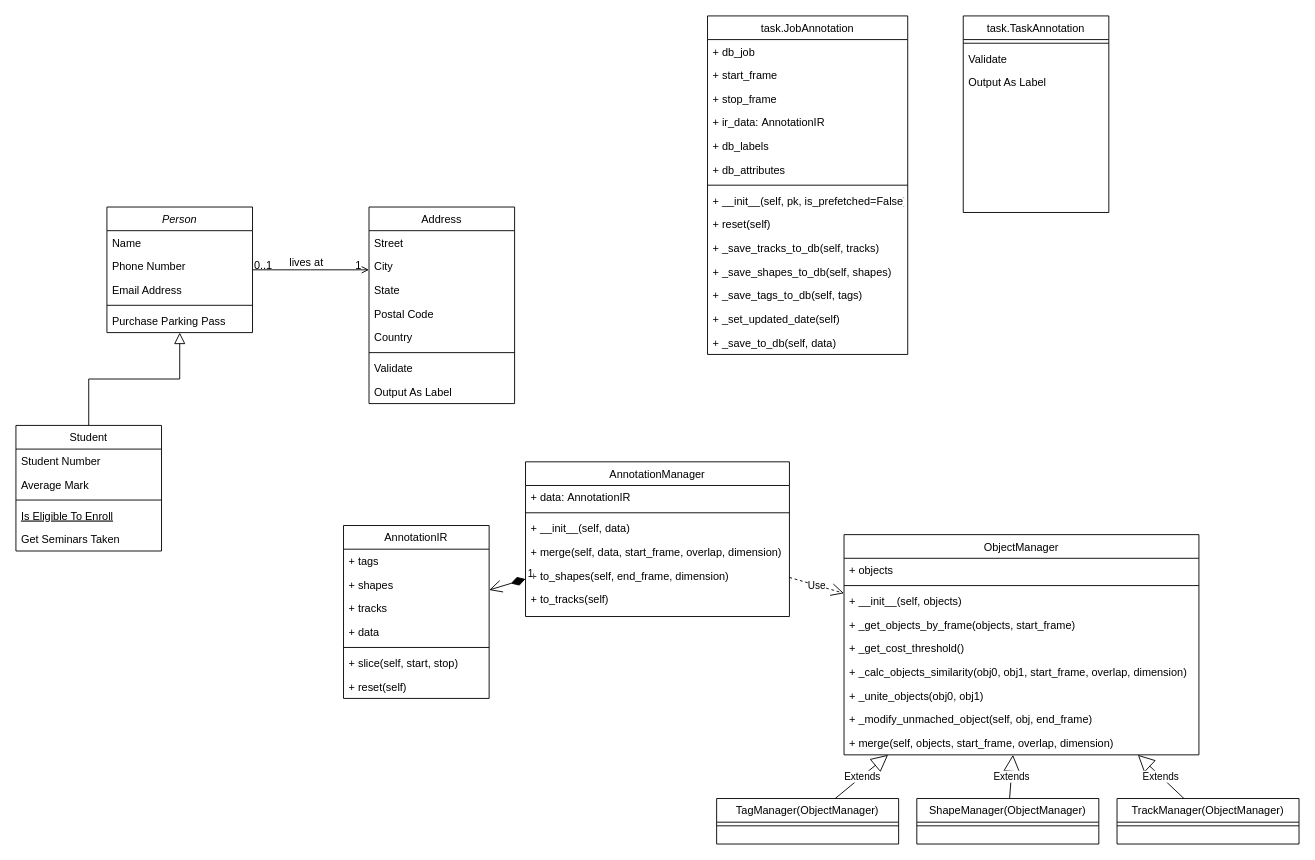
Above: cvat.drawio in xulizhi321/drawio-proj (draw.io), before the change. Source tidied: cells renumbered, new cells numbered last; positions are measured from the earlier drawing's top-left corner, leaving out a move shared by most shapes. Both pictures are drawn from the tidied source at 91%, with x=0, y=0 at pixel (15, 15).
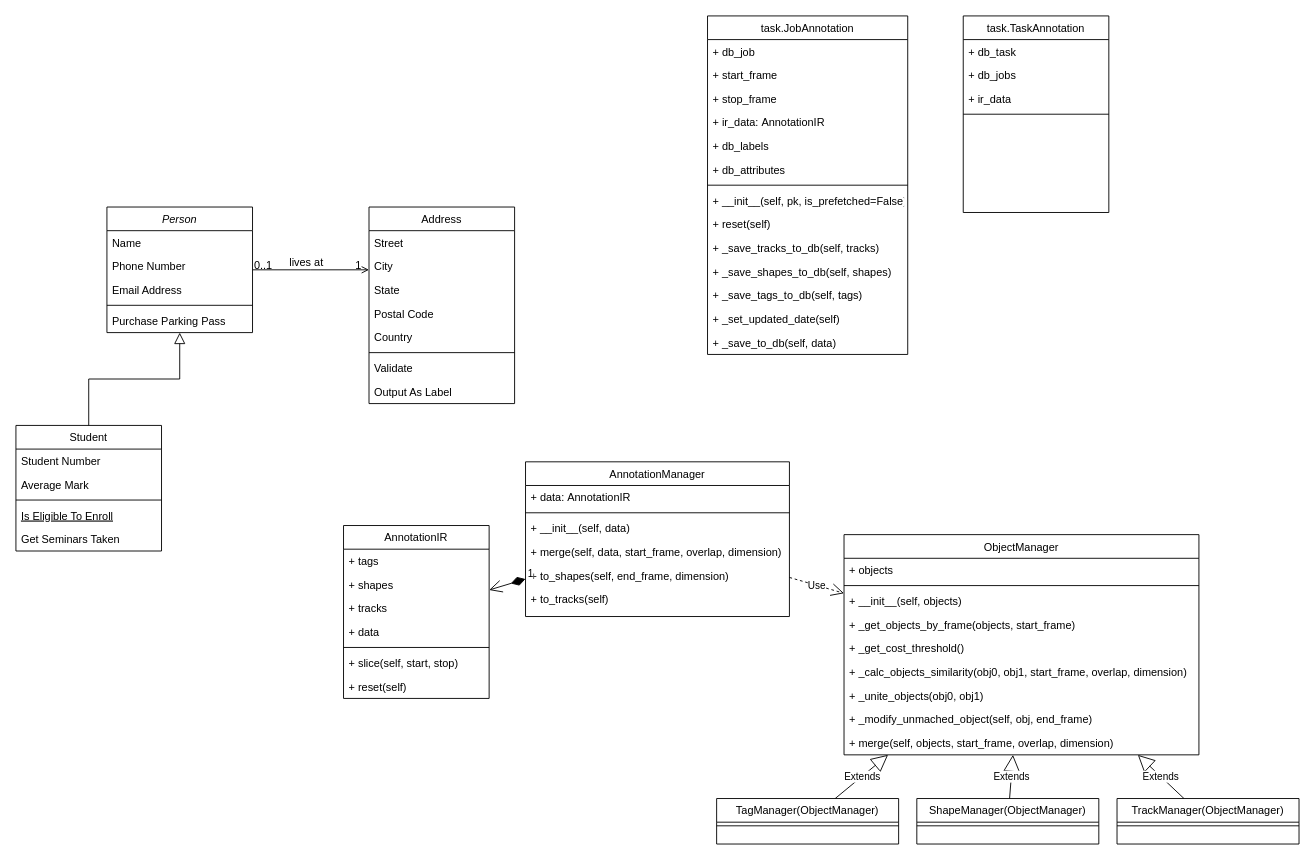
After the change.

The change refers to these unchanged cells:
```xml
<mxCell id="79" value="task.TaskAnnotation" style="swimlane;fontStyle=0;align=center;verticalAlign=top;horizontal=1;startSize=26;rounded=0;shadow=0;strokeWidth=1;" parent="1" vertex="1">
  <mxGeometry x="1041" width="160" height="216" as="geometry" />
</mxCell>
```

Diff of the diagram source:
```diff
@@
-    <mxCell id="80" style="line;html=1;strokeWidth=1;align=left;verticalAlign=middle;spacingTop=-1;spacingLeft=3;spacingRight=3;labelPosition=right;" parent="79" vertex="1">
-      <mxGeometry y="26" width="160" height="8" as="geometry" />
-    </mxCell>
-    <mxCell id="81" value="Validate" style="text;align=left;verticalAlign=top;spacingLeft=4;spacingRight=4;overflow=hidden;" parent="79" vertex="1">
-      <mxGeometry y="34" width="160" height="26" as="geometry" />
+    <mxCell id="81" value="+ db_task" style="text;align=left;verticalAlign=top;spacingLeft=4;spacingRight=4;overflow=hidden;" parent="79" vertex="1">
+      <mxGeometry y="26" width="160" height="26" as="geometry" />
     </mxCell>
-    <mxCell id="82" value="Output As Label" style="text;align=left;verticalAlign=top;spacingLeft=4;spacingRight=4;overflow=hidden;" parent="79" vertex="1">
-      <mxGeometry y="60" width="160" height="26" as="geometry" />
+    <mxCell id="82" value="+ db_jobs" style="text;align=left;verticalAlign=top;spacingLeft=4;spacingRight=4;overflow=hidden;" parent="79" vertex="1">
+      <mxGeometry y="52" width="160" height="26" as="geometry" />
     </mxCell>
+    <mxCell id="83" value="+ ir_data" style="text;align=left;verticalAlign=top;spacingLeft=4;spacingRight=4;overflow=hidden;" parent="79" vertex="1">
+      <mxGeometry y="78" width="160" height="26" as="geometry" />
+    </mxCell>
+    <mxCell id="80" style="line;html=1;strokeWidth=1;align=left;verticalAlign=middle;spacingTop=-1;spacingLeft=3;spacingRight=3;labelPosition=right;" parent="79" vertex="1">
+      <mxGeometry y="104" width="160" height="8" as="geometry" />
+    </mxCell>
```
